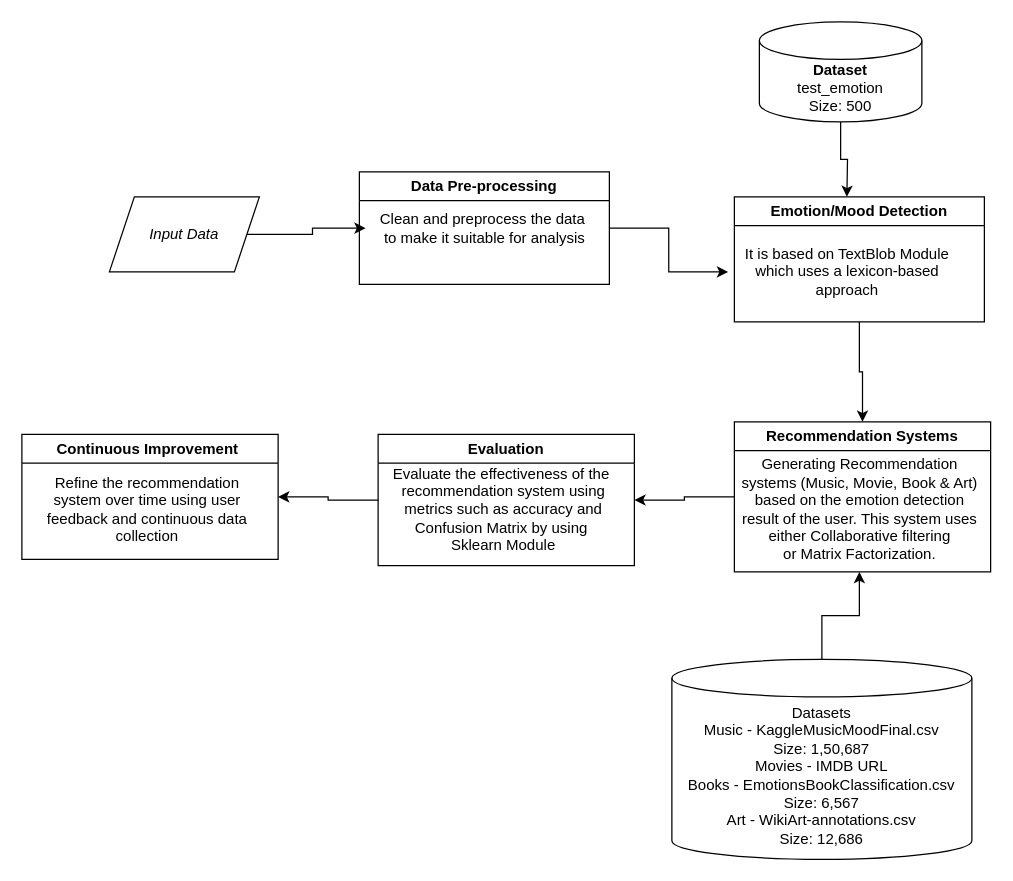
saidhanush4422/Helium-3 keeps this draw.io diagram as First Draft/systemarchi.drawio. Above is the earlier version. Source tidied: cells renumbered, new cells numbered last; positions are measured from the earlier drawing's top-left corner, leaving out a move shared by most shapes. Both pictures are drawn from the tidied source at 125%, with x=0, y=0 at pixel (21, 21).
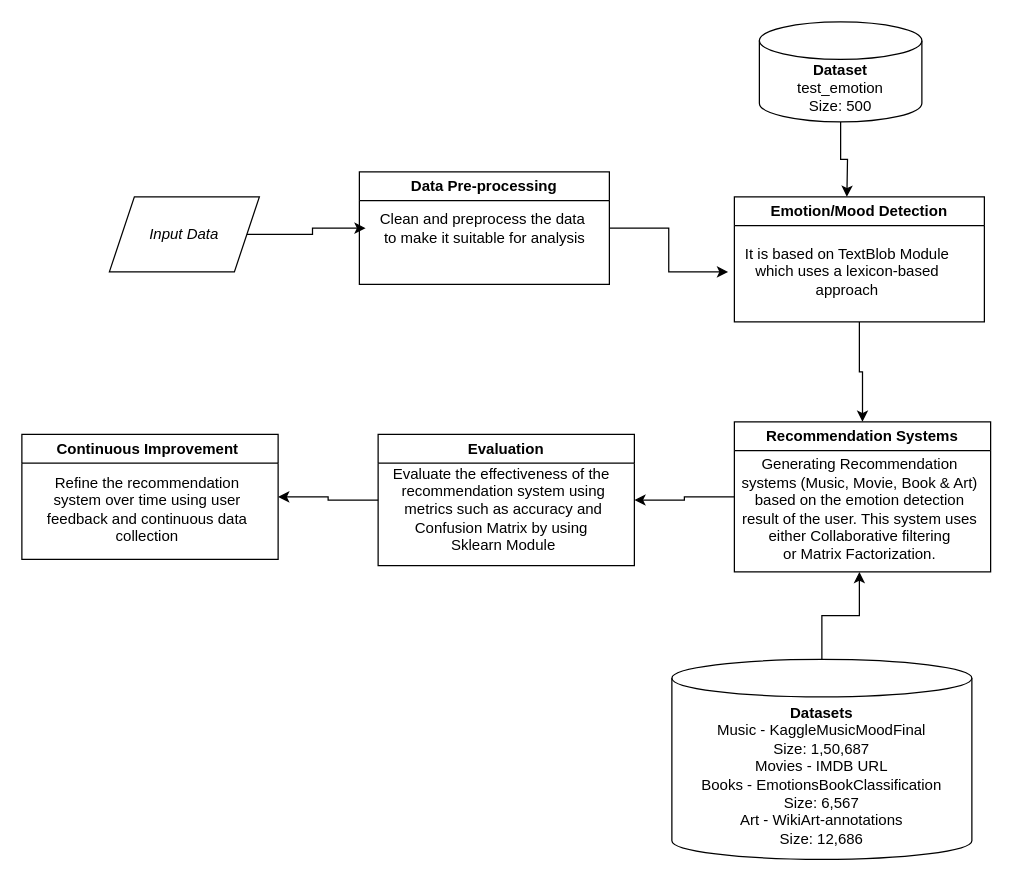
Above is the later version.

Diff of the diagram source:
```diff
@@
-    <mxCell id="21" value="Datasets&lt;br&gt;Music - KaggleMusicMoodFinal.csv&lt;br&gt;Size: 1,50,687&lt;br&gt;Movies - IMDB URL&lt;br&gt;Books - EmotionsBookClassification.csv&lt;br&gt;Size: 6,567&lt;br&gt;Art - WikiArt-annotations.csv&lt;br&gt;Size: 12,686" style="shape=cylinder3;whiteSpace=wrap;html=1;boundedLbl=1;backgroundOutline=1;size=15;" parent="1" vertex="1">
+    <mxCell id="21" value="&lt;b&gt;Datasets&lt;/b&gt;&lt;br&gt;Music - KaggleMusicMoodFinal&lt;br&gt;Size: 1,50,687&lt;br&gt;Movies - IMDB URL&lt;br&gt;Books - EmotionsBookClassification&lt;br&gt;Size: 6,567&lt;br&gt;Art - WikiArt-annotations&lt;br&gt;Size: 12,686" style="shape=cylinder3;whiteSpace=wrap;html=1;boundedLbl=1;backgroundOutline=1;size=15;" parent="1" vertex="1">
       <mxGeometry x="520" y="510" width="240" height="160" as="geometry" />
     </mxCell>
```
